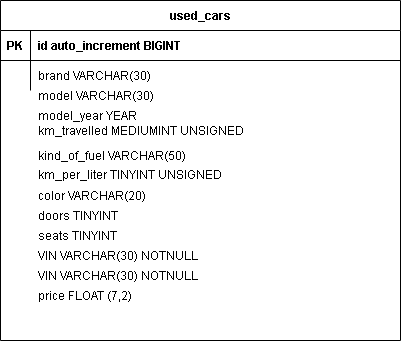
marikadiblasio/db-first keeps this draw.io diagram as db-first.drawio.png. Above is the earlier version. Source tidied: cells renumbered, new cells last; positions are measured from the earlier drawing's top-left corner, leaving out a move shared by most shapes. Source of this version:
```xml
<mxGraphModel>
  <root>
    <mxCell id="0" />
    <mxCell id="1" parent="0" />
    <mxCell id="2" value="used_cars" style="shape=table;startSize=30;rowLines=0;fontStyle=1;align=center;" parent="1" vertex="1">
      <mxGeometry width="400" height="340" as="geometry" />
    </mxCell>
    <mxCell id="3" style="shape=partialRectangle;fillColor=none;top=0;left=0;right=0;bottom=1;" parent="2" vertex="1">
      <mxGeometry y="30" width="400" height="30" as="geometry" />
    </mxCell>
    <mxCell id="4" value="PK" style="shape=partialRectangle;overflow=hidden;fillColor=none;top=0;left=0;bottom=0;right=0;fontStyle=1;" parent="3" vertex="1">
      <mxGeometry width="30" height="30" as="geometry" />
    </mxCell>
    <mxCell id="5" value="id auto_increment BIGINT" style="shape=partialRectangle;overflow=hidden;fillColor=none;top=0;left=0;bottom=0;right=0;align=left;spacingLeft=6;fontStyle=1;" parent="3" vertex="1">
      <mxGeometry x="30" width="370" height="30" as="geometry" />
    </mxCell>
    <mxCell id="6" style="shape=partialRectangle;fillColor=none;top=0;left=0;right=0;bottom=0;" parent="2" vertex="1">
      <mxGeometry y="60" width="400" height="30" as="geometry" />
    </mxCell>
    <mxCell id="7" style="shape=partialRectangle;overflow=hidden;fillColor=none;top=0;left=0;bottom=0;right=0;" parent="6" vertex="1">
      <mxGeometry width="30" height="30" as="geometry" />
    </mxCell>
    <mxCell id="8" value="brand VARCHAR(30)" style="shape=partialRectangle;overflow=hidden;fillColor=none;top=0;left=0;bottom=0;right=0;align=left;spacingLeft=6;" parent="6" vertex="1">
      <mxGeometry x="30" width="370" height="30" as="geometry" />
    </mxCell>
    <mxCell id="9" value="model VARCHAR(30)" style="shape=partialRectangle;overflow=hidden;fillColor=none;top=0;left=0;bottom=0;right=0;align=left;spacingLeft=6;" parent="1" vertex="1">
      <mxGeometry x="30" y="80" width="310" height="30" as="geometry" />
    </mxCell>
    <mxCell id="10" value="color VARCHAR(20)" style="shape=partialRectangle;overflow=hidden;fillColor=none;top=0;left=0;bottom=0;right=0;align=left;spacingLeft=6;" parent="1" vertex="1">
      <mxGeometry x="30" y="180" width="310" height="30" as="geometry" />
    </mxCell>
    <mxCell id="11" value="kind_of_fuel VARCHAR(50)" style="shape=partialRectangle;overflow=hidden;fillColor=none;top=0;left=0;bottom=0;right=0;align=left;spacingLeft=6;" parent="1" vertex="1">
      <mxGeometry x="30" y="140" width="310" height="30" as="geometry" />
    </mxCell>
    <mxCell id="12" value="km_travelled MEDIUMINT UNSIGNED" style="shape=partialRectangle;overflow=hidden;fillColor=none;top=0;left=0;bottom=0;right=0;align=left;spacingLeft=6;" parent="1" vertex="1">
      <mxGeometry x="30" y="120" width="310" height="20" as="geometry" />
    </mxCell>
    <mxCell id="13" value="model_year YEAR" style="shape=partialRectangle;overflow=hidden;fillColor=none;top=0;left=0;bottom=0;right=0;align=left;spacingLeft=6;" parent="1" vertex="1">
      <mxGeometry x="30" y="100" width="310" height="30" as="geometry" />
    </mxCell>
    <mxCell id="14" value="seats TINYINT" style="shape=partialRectangle;overflow=hidden;fillColor=none;top=0;left=0;bottom=0;right=0;align=left;spacingLeft=6;" parent="1" vertex="1">
      <mxGeometry x="30" y="220" width="310" height="30" as="geometry" />
    </mxCell>
    <mxCell id="15" value="doors TINYINT" style="shape=partialRectangle;overflow=hidden;fillColor=none;top=0;left=0;bottom=0;right=0;align=left;spacingLeft=6;" parent="1" vertex="1">
      <mxGeometry x="30" y="200" width="310" height="30" as="geometry" />
    </mxCell>
    <mxCell id="16" value="price FLOAT (7,2)" style="shape=partialRectangle;overflow=hidden;fillColor=none;top=0;left=0;bottom=0;right=0;align=left;spacingLeft=6;" parent="1" vertex="1">
      <mxGeometry x="30" y="280" width="310" height="30" as="geometry" />
    </mxCell>
    <mxCell id="17" value="km_per_liter TINYINT UNSIGNED" style="shape=partialRectangle;overflow=hidden;fillColor=none;top=0;left=0;bottom=0;right=0;align=left;spacingLeft=6;" parent="1" vertex="1">
      <mxGeometry x="30" y="159" width="310" height="30" as="geometry" />
    </mxCell>
    <mxCell id="18" value="VIN VARCHAR(30) NOTNULL" style="shape=partialRectangle;overflow=hidden;fillColor=none;top=0;left=0;bottom=0;right=0;align=left;spacingLeft=6;" parent="1" vertex="1">
      <mxGeometry x="30" y="240" width="310" height="30" as="geometry" />
    </mxCell>
    <mxCell id="19" value="VIN VARCHAR(30) NOTNULL" style="shape=partialRectangle;overflow=hidden;fillColor=none;top=0;left=0;bottom=0;right=0;align=left;spacingLeft=6;" parent="1" vertex="1">
      <mxGeometry x="30" y="260" width="310" height="30" as="geometry" />
    </mxCell>
  </root>
</mxGraphModel>
```
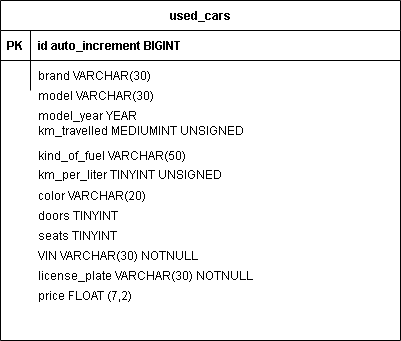
The same diagram one commit later.

What changed in the source:
```diff
@@ -53,7 +53,7 @@
     <mxCell id="18" value="VIN VARCHAR(30) NOTNULL" style="shape=partialRectangle;overflow=hidden;fillColor=none;top=0;left=0;bottom=0;right=0;align=left;spacingLeft=6;" parent="1" vertex="1">
       <mxGeometry x="30" y="240" width="310" height="30" as="geometry" />
     </mxCell>
-    <mxCell id="19" value="VIN VARCHAR(30) NOTNULL" style="shape=partialRectangle;overflow=hidden;fillColor=none;top=0;left=0;bottom=0;right=0;align=left;spacingLeft=6;" parent="1" vertex="1">
+    <mxCell id="19" value="license_plate VARCHAR(30) NOTNULL" style="shape=partialRectangle;overflow=hidden;fillColor=none;top=0;left=0;bottom=0;right=0;align=left;spacingLeft=6;" parent="1" vertex="1">
       <mxGeometry x="30" y="260" width="310" height="30" as="geometry" />
     </mxCell>
   </root>
```
